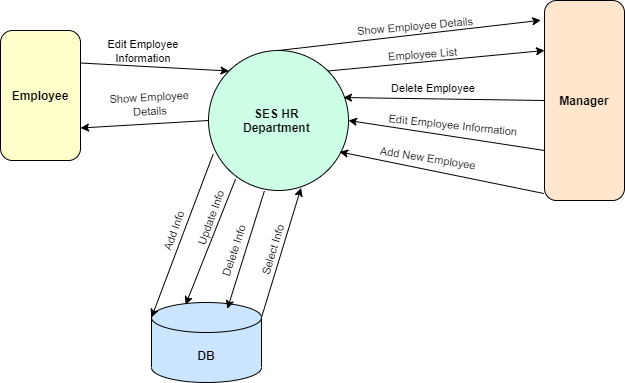
This is context_diagram.png from SolinSM/HR-Department, a draw.io export, as it was before one commit. Source tidied: cells renumbered, new cells last; positions are measured from the earlier drawing's top-left corner, leaving out a move shared by most shapes.
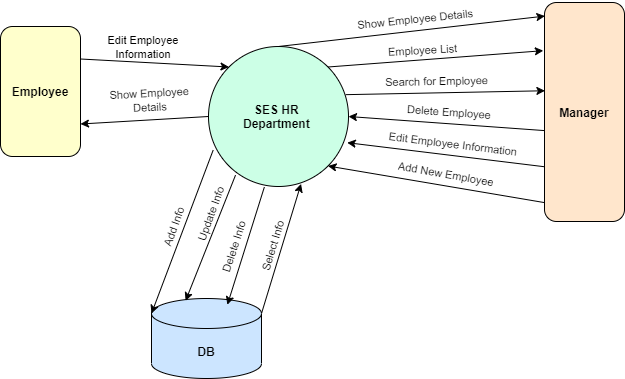
The same file after the commit.

Commit message:
edit context diagram

Diff of the diagram source:
```diff
@@ -6,7 +6,7 @@
       <mxGeometry x="208" y="50" width="140" height="140" as="geometry" />
     </mxCell>
     <mxCell id="3" value="&lt;b&gt;Manager&lt;/b&gt;" style="rounded=1;whiteSpace=wrap;html=1;fillColor=#FFE6CC;" parent="1" vertex="1">
-      <mxGeometry x="544" width="80" height="200" as="geometry" />
+      <mxGeometry x="544" y="6" width="80" height="219" as="geometry" />
     </mxCell>
     <mxCell id="4" value="&lt;b&gt;Employee&lt;/b&gt;" style="rounded=1;whiteSpace=wrap;html=1;fillColor=#FFFFCC;" parent="1" vertex="1">
       <mxGeometry y="30" width="80" height="130" as="geometry" />
@@ -62,45 +62,53 @@
         <mxGeometry x="175" y="207" width="70" height="20" as="geometry" />
       </mxCell>
     </object>
-    <mxCell id="18" style="endArrow=classic;html=1;exitX=0.5;exitY=0;exitDx=0;exitDy=0;entryX=-0.047;entryY=0.099;entryDx=0;entryDy=0;entryPerimeter=0;" parent="1" edge="1" source="2" target="3">
+    <mxCell id="18" style="endArrow=classic;html=1;exitX=0.5;exitY=0;exitDx=0;exitDy=0;entryX=0.005;entryY=0.062;entryDx=0;entryDy=0;entryPerimeter=0;" parent="1" edge="1" source="2" target="3">
       <mxGeometry relative="1" as="geometry" />
     </mxCell>
     <object id="19" label="&lt;span style=&quot;font-size: 11px ; background-color: rgb(255 , 255 , 255)&quot;&gt;Show Employee Details&lt;/span&gt;" name="Variable" placeholders="1">
-      <mxCell style="text;html=1;strokeColor=none;fillColor=none;align=center;verticalAlign=middle;whiteSpace=wrap;overflow=hidden;rotation=-5;" parent="1" vertex="1">
-        <mxGeometry x="340" y="15" width="150" height="20" as="geometry" />
+      <mxCell style="text;html=1;strokeColor=none;fillColor=none;align=center;verticalAlign=middle;whiteSpace=wrap;overflow=hidden;rotation=-6;" parent="1" vertex="1">
+        <mxGeometry x="340" y="12" width="150" height="20" as="geometry" />
       </mxCell>
     </object>
-    <mxCell id="20" style="endArrow=classic;html=1;entryX=0.964;entryY=0.336;entryDx=0;entryDy=0;entryPerimeter=0;exitX=0;exitY=0.5;exitDx=0;exitDy=0;" parent="1" edge="1" source="3" target="2">
+    <mxCell id="20" style="endArrow=classic;html=1;entryX=1;entryY=0.5;entryDx=0;entryDy=0;exitX=0.005;exitY=0.585;exitDx=0;exitDy=0;exitPerimeter=0;" parent="1" edge="1" source="3" target="2">
       <mxGeometry relative="1" as="geometry" />
     </mxCell>
-    <mxCell id="21" style="endArrow=classic;html=1;entryX=1;entryY=0.5;entryDx=0;entryDy=0;exitX=0;exitY=0.75;exitDx=0;exitDy=0;" parent="1" edge="1" source="3" target="2">
+    <mxCell id="21" style="endArrow=classic;html=1;entryX=0.991;entryY=0.687;entryDx=0;entryDy=0;entryPerimeter=0;exitX=0;exitY=0.75;exitDx=0;exitDy=0;" parent="1" edge="1" source="3" target="2">
       <mxGeometry relative="1" as="geometry" />
     </mxCell>
-    <mxCell id="22" style="endArrow=classic;html=1;entryX=0.936;entryY=0.724;entryDx=0;entryDy=0;exitX=-0.008;exitY=0.965;exitDx=0;exitDy=0;exitPerimeter=0;entryPerimeter=0;" parent="1" edge="1" source="3" target="2">
+    <mxCell id="22" style="endArrow=classic;html=1;entryX=1;entryY=1;entryDx=0;entryDy=0;exitX=0.005;exitY=0.914;exitDx=0;exitDy=0;exitPerimeter=0;" parent="1" edge="1" source="3" target="2">
       <mxGeometry relative="1" as="geometry" />
     </mxCell>
     <object id="23" label="&lt;span style=&quot;font-size: 11px ; background-color: rgb(255 , 255 , 255)&quot;&gt;Edit Employee Information&lt;/span&gt;" name="Variable" placeholders="1">
-      <mxCell style="text;html=1;strokeColor=none;fillColor=none;align=center;verticalAlign=middle;whiteSpace=wrap;overflow=hidden;rotation=6;" parent="1" vertex="1">
-        <mxGeometry x="378" y="114" width="150" height="20" as="geometry" />
+      <mxCell style="text;html=1;strokeColor=none;fillColor=none;align=center;verticalAlign=middle;whiteSpace=wrap;overflow=hidden;rotation=7;" parent="1" vertex="1">
+        <mxGeometry x="378" y="137" width="150" height="20" as="geometry" />
       </mxCell>
     </object>
     <object id="24" label="&lt;span style=&quot;font-size: 11px ; background-color: rgb(255 , 255 , 255)&quot;&gt;Add New Employee&lt;/span&gt;" name="Variable" placeholders="1">
-      <mxCell style="text;html=1;strokeColor=none;fillColor=none;align=center;verticalAlign=middle;whiteSpace=wrap;overflow=hidden;rotation=9;" parent="1" vertex="1">
-        <mxGeometry x="353" y="147" width="150" height="20" as="geometry" />
+      <mxCell style="text;html=1;strokeColor=none;fillColor=none;align=center;verticalAlign=middle;whiteSpace=wrap;overflow=hidden;rotation=10;" parent="1" vertex="1">
+        <mxGeometry x="371" y="167" width="150" height="20" as="geometry" />
       </mxCell>
     </object>
     <object id="25" label="&lt;span style=&quot;font-size: 11px ; background-color: rgb(255 , 255 , 255)&quot;&gt;Delete Employee&lt;/span&gt;" name="Variable" placeholders="1">
-      <mxCell style="text;html=1;strokeColor=none;fillColor=none;align=center;verticalAlign=middle;whiteSpace=wrap;overflow=hidden;rotation=0;" parent="1" vertex="1">
-        <mxGeometry x="358" y="77" width="150" height="20" as="geometry" />
+      <mxCell style="text;html=1;strokeColor=none;fillColor=none;align=center;verticalAlign=middle;whiteSpace=wrap;overflow=hidden;rotation=4;" parent="1" vertex="1">
+        <mxGeometry x="374" y="105" width="150" height="20" as="geometry" />
       </mxCell>
     </object>
     <object id="26" label="&lt;span style=&quot;font-size: 11px ; background-color: rgb(255 , 255 , 255)&quot;&gt;Employee List&lt;/span&gt;" name="Variable" placeholders="1">
-      <mxCell style="text;html=1;strokeColor=none;fillColor=none;align=center;verticalAlign=middle;whiteSpace=wrap;overflow=hidden;rotation=-4;" parent="1" vertex="1">
+      <mxCell style="text;html=1;strokeColor=none;fillColor=none;align=center;verticalAlign=middle;whiteSpace=wrap;overflow=hidden;rotation=-3;" parent="1" vertex="1">
         <mxGeometry x="361" y="43.5" width="123" height="20" as="geometry" />
       </mxCell>
     </object>
-    <mxCell id="27" style="endArrow=classic;html=1;exitX=1;exitY=0;exitDx=0;exitDy=0;entryX=0;entryY=0.25;entryDx=0;entryDy=0;" parent="1" edge="1" source="2" target="3">
+    <mxCell id="27" style="endArrow=classic;html=1;exitX=1;exitY=0;exitDx=0;exitDy=0;entryX=-0.015;entryY=0.22;entryDx=0;entryDy=0;entryPerimeter=0;" parent="1" edge="1" source="2" target="3">
       <mxGeometry relative="1" as="geometry" />
     </mxCell>
+    <mxCell id="28" style="endArrow=classic;html=1;exitX=0.98;exitY=0.344;exitDx=0;exitDy=0;entryX=0.005;entryY=0.403;entryDx=0;entryDy=0;entryPerimeter=0;exitPerimeter=0;" parent="1" edge="1" source="2" target="3">
+      <mxGeometry relative="1" as="geometry" />
+    </mxCell>
+    <object id="29" label="&lt;span style=&quot;font-size: 11px ; background-color: rgb(255 , 255 , 255)&quot;&gt;Search for Employee&lt;/span&gt;" name="Variable" placeholders="1">
+      <mxCell style="text;html=1;strokeColor=none;fillColor=none;align=center;verticalAlign=middle;whiteSpace=wrap;overflow=hidden;rotation=-1;" parent="1" vertex="1">
+        <mxGeometry x="375" y="74" width="123" height="20" as="geometry" />
+      </mxCell>
+    </object>
   </root>
 </mxGraphModel>
```
